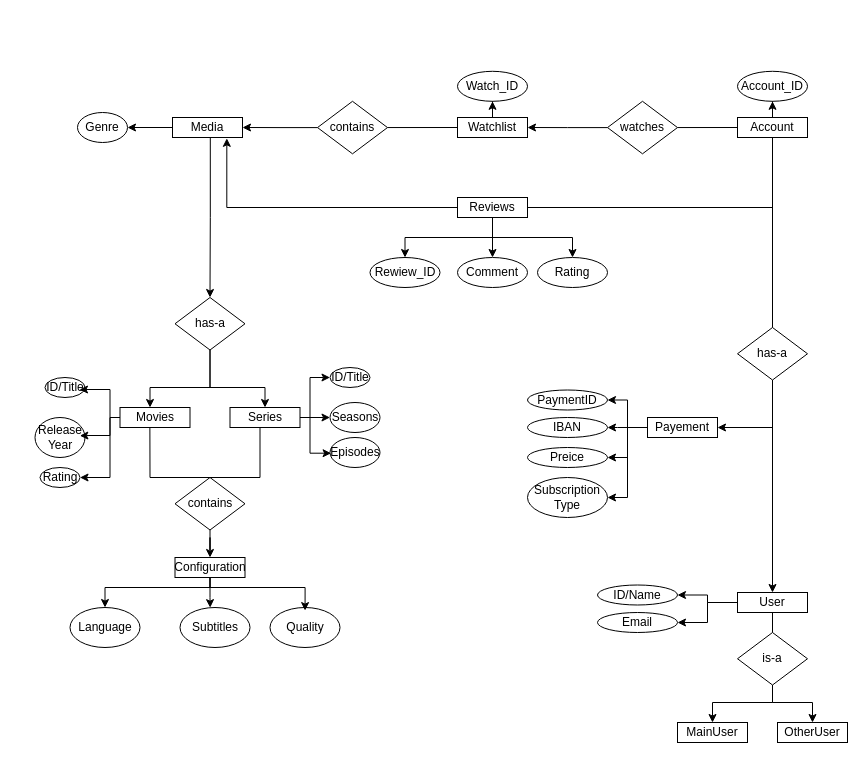
Earlier version of the draw.io diagram draw_io/ER.drawio (KevinGarrison/DataEngineeringProjects). Source tidied: cells renumbered, new cells numbered last; positions are measured from the earlier drawing's top-left corner, leaving out a move shared by most shapes. Both pictures are drawn from the tidied source at 100%, with x=0, y=0 at pixel (35, 71).
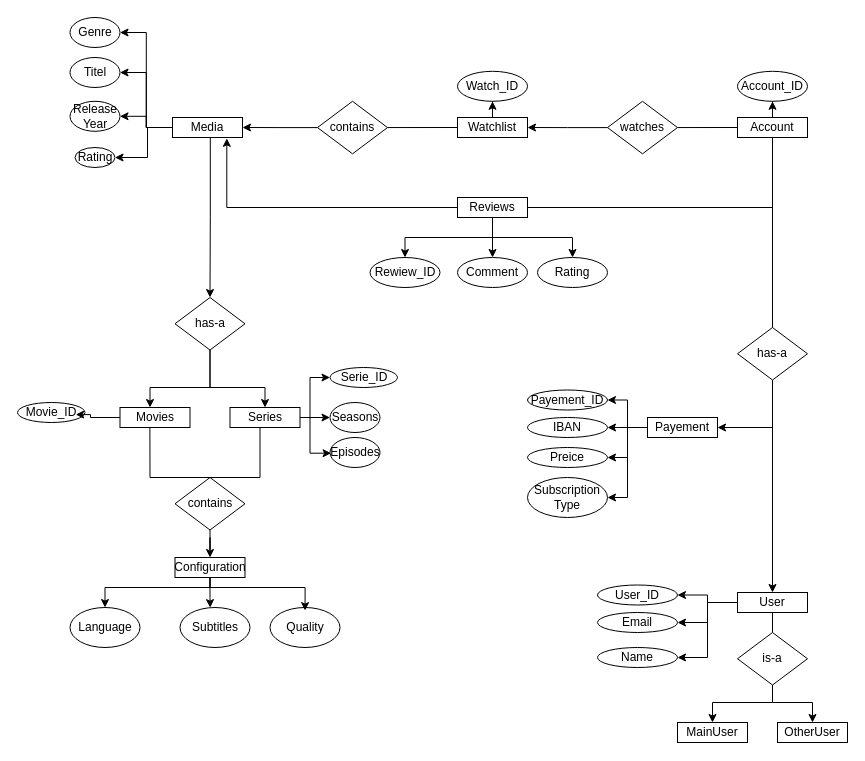
The same page after the edit.

Commit message:
Media and User as Abstract

Unchanged cells that the change refers to:
```xml
<mxCell id="4" value="Media" style="rounded=0;whiteSpace=wrap;html=1;" parent="1" vertex="1">
  <mxGeometry x="137" y="46" width="70" height="20" as="geometry" />
</mxCell>
<mxCell id="6" value="Movies" style="rounded=0;whiteSpace=wrap;html=1;" parent="1" vertex="1">
  <mxGeometry x="84.5" y="336" width="70" height="20" as="geometry" />
</mxCell>
<mxCell id="56" value="User" style="rounded=0;whiteSpace=wrap;html=1;" parent="1" vertex="1">
  <mxGeometry x="702" y="521" width="70" height="20" as="geometry" />
</mxCell>
```

The edit, as a diff of the source:
```diff
@@
+    <mxCell id="79" style="edgeStyle=orthogonalEdgeStyle;rounded=0;jettySize=auto;html=1;entryX=1;entryY=0.5;entryDx=0;entryDy=0;" parent="1" edge="1" source="4" target="83">
+      <mxGeometry relative="1" as="geometry" />
+    </mxCell>
+    <mxCell id="80" style="edgeStyle=orthogonalEdgeStyle;rounded=0;jettySize=auto;html=1;entryX=1;entryY=0.5;entryDx=0;entryDy=0;" parent="1" edge="1" source="4" target="15">
+      <mxGeometry relative="1" as="geometry" />
+    </mxCell>
+    <mxCell id="81" style="edgeStyle=orthogonalEdgeStyle;rounded=0;jettySize=auto;html=1;entryX=1;entryY=0.5;entryDx=0;entryDy=0;" parent="1" edge="1" source="4" target="16">
+      <mxGeometry relative="1" as="geometry">
+        <Array as="points">
+          <mxPoint x="112" y="56" />
+          <mxPoint x="112" y="86" />
+        </Array>
+      </mxGeometry>
+    </mxCell>
@@
-    <mxCell id="5" style="edgeStyle=orthogonalEdgeStyle;rounded=0;jettySize=auto;html=1;entryX=1;entryY=0.5;entryDx=0;entryDy=0;" parent="1" edge="1" source="6" target="16">
-      <mxGeometry relative="1" as="geometry">
-        <Array as="points">
-          <mxPoint x="74.5" y="346" />
-          <mxPoint x="74.5" y="406" />
-        </Array>
-      </mxGeometry>
-    </mxCell>
@@
     <mxCell id="13" value="Genre" style="ellipse;whiteSpace=wrap;html=1;" parent="1" vertex="1">
-      <mxGeometry x="42" y="41" width="50" height="30" as="geometry" />
+      <mxGeometry x="34.5" y="-54" width="50" height="30" as="geometry" />
     </mxCell>
-    <mxCell id="14" value="ID/Title" style="ellipse;whiteSpace=wrap;html=1;" parent="1" vertex="1">
-      <mxGeometry x="9.5" y="306" width="40" height="20" as="geometry" />
+    <mxCell id="14" value="Movie_ID" style="ellipse;whiteSpace=wrap;html=1;" parent="1" vertex="1">
+      <mxGeometry x="-18" y="331" width="67.5" height="20" as="geometry" />
     </mxCell>
-    <mxCell id="15" value="Release&lt;div&gt;Year&lt;/div&gt;" style="ellipse;whiteSpace=wrap;html=1;" parent="1" vertex="1">
-      <mxGeometry x="-0.5" y="346" width="50" height="40" as="geometry" />
-    </mxCell>
-    <mxCell id="16" value="Rating" style="ellipse;whiteSpace=wrap;html=1;" parent="1" vertex="1">
-      <mxGeometry x="4.5" y="396" width="40" height="20" as="geometry" />
-    </mxCell>
     <mxCell id="17" style="edgeStyle=orthogonalEdgeStyle;rounded=0;jettySize=auto;html=1;entryX=0.863;entryY=0.605;entryDx=0;entryDy=0;entryPerimeter=0;" parent="1" edge="1" source="6" target="14">
       <mxGeometry relative="1" as="geometry">
         <Array as="points">
-          <mxPoint x="74.5" y="346" />
-          <mxPoint x="74.5" y="318" />
-          <mxPoint x="54.5" y="318" />
+          <mxPoint x="55" y="346" />
+          <mxPoint x="55" y="343" />
         </Array>
       </mxGeometry>
     </mxCell>
-    <mxCell id="18" style="edgeStyle=orthogonalEdgeStyle;rounded=0;jettySize=auto;html=1;entryX=0.897;entryY=0.455;entryDx=0;entryDy=0;entryPerimeter=0;" parent="1" edge="1" source="6" target="15">
-      <mxGeometry relative="1" as="geometry">
-        <Array as="points">
-          <mxPoint x="74.5" y="346" />
-          <mxPoint x="74.5" y="364" />
-          <mxPoint x="54.5" y="364" />
-        </Array>
-      </mxGeometry>
-    </mxCell>
@@
-    <mxCell id="20" value="ID/Title" style="ellipse;whiteSpace=wrap;html=1;" parent="1" vertex="1">
-      <mxGeometry x="294.5" y="296" width="40" height="20" as="geometry" />
+    <mxCell id="20" value="Serie_ID" style="ellipse;whiteSpace=wrap;html=1;" parent="1" vertex="1">
+      <mxGeometry x="294.5" y="296" width="67.5" height="20" as="geometry" />
     </mxCell>
@@
-    <mxCell id="50" value="PaymentID" style="ellipse;whiteSpace=wrap;html=1;" parent="1" vertex="1">
+    <mxCell id="50" value="Payement_ID" style="ellipse;whiteSpace=wrap;html=1;" parent="1" vertex="1">
       <mxGeometry x="492" y="318.5" width="80" height="20" as="geometry" />
     </mxCell>
@@
+    <mxCell id="82" style="edgeStyle=orthogonalEdgeStyle;rounded=0;jettySize=auto;html=1;entryX=1;entryY=0.5;entryDx=0;entryDy=0;" parent="1" edge="1" source="56" target="84">
+      <mxGeometry relative="1" as="geometry" />
+    </mxCell>
@@
-    <mxCell id="65" value="ID/Name" style="ellipse;whiteSpace=wrap;html=1;" parent="1" vertex="1">
+    <mxCell id="65" value="User_ID" style="ellipse;whiteSpace=wrap;html=1;" parent="1" vertex="1">
       <mxGeometry x="562" y="513.5" width="80" height="20" as="geometry" />
     </mxCell>
@@
+    <mxCell id="83" value="Titel" style="ellipse;whiteSpace=wrap;html=1;" parent="1" vertex="1">
+      <mxGeometry x="34.5" y="-14" width="50" height="30" as="geometry" />
+    </mxCell>
+    <mxCell id="15" value="Release&lt;div&gt;Year&lt;/div&gt;" style="ellipse;whiteSpace=wrap;html=1;" parent="1" vertex="1">
+      <mxGeometry x="34.5" y="29.8" width="50" height="30" as="geometry" />
+    </mxCell>
+    <mxCell id="16" value="Rating" style="ellipse;whiteSpace=wrap;html=1;" parent="1" vertex="1">
+      <mxGeometry x="39.5" y="76" width="40" height="20" as="geometry" />
+    </mxCell>
+    <mxCell id="84" value="Name" style="ellipse;whiteSpace=wrap;html=1;" parent="1" vertex="1">
+      <mxGeometry x="562" y="576" width="80" height="20" as="geometry" />
+    </mxCell>
```
